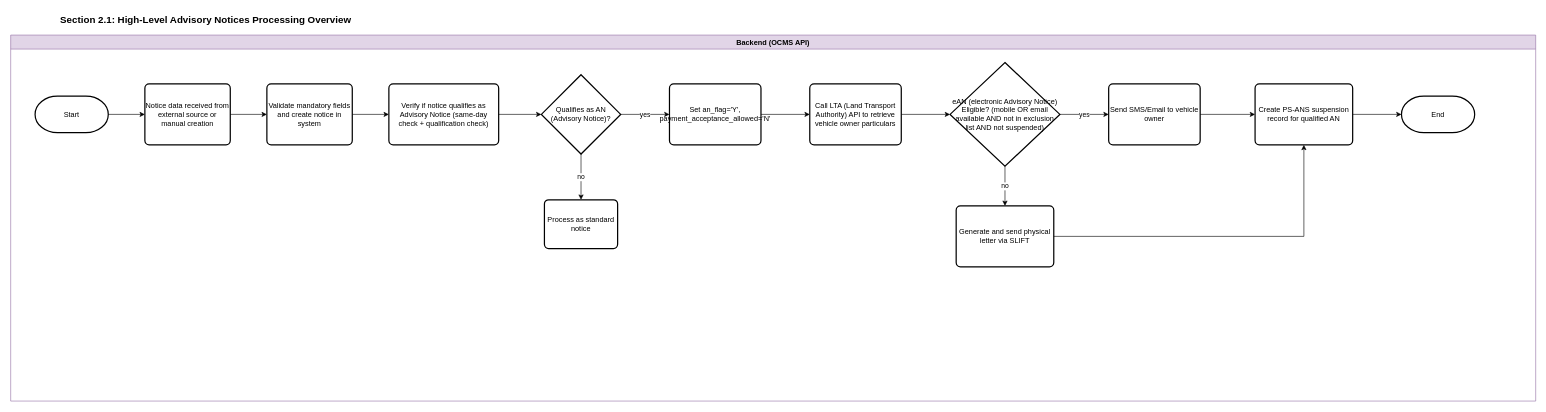
This is page "2.1_High_Level_AN_Processing" (1 of 10) of OCMS 10/OCMS10_Flowchart.drawio from rafifmgg/techdoc, a draw.io file, before an edit. Source tidied: cells renumbered, new cells numbered last; positions are measured from the earlier drawing's top-left corner, leaving out a move shared by most shapes. Both pictures are drawn from the tidied source at 61%, with x=0, y=0 at pixel (10, 10).
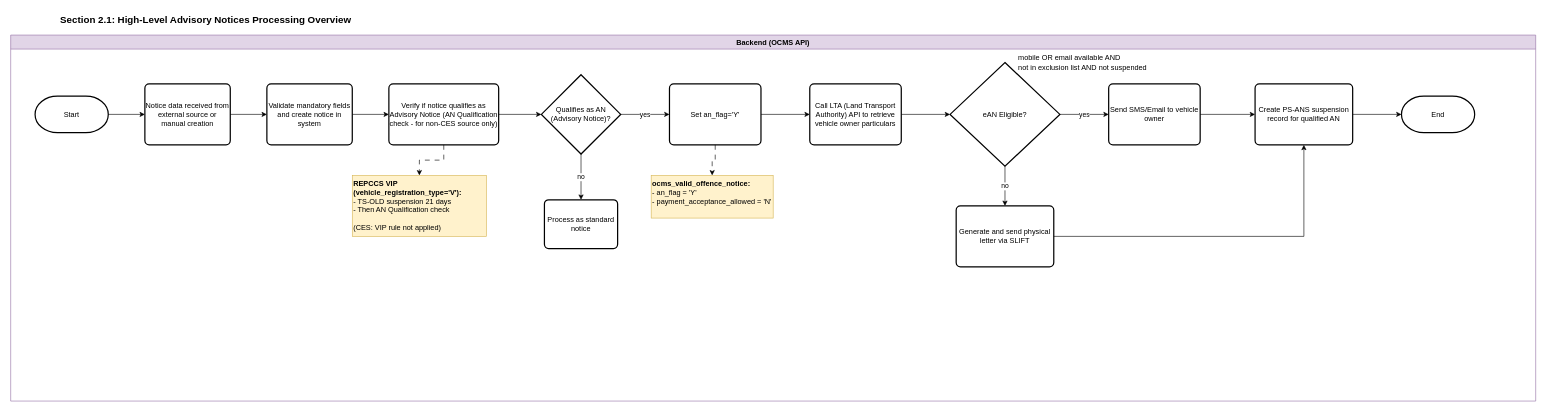
After the change.

Unchanged cells that the change refers to:
```xml
<mxCell id="3" value="Backend (OCMS API)" style="swimlane;whiteSpace=wrap;html=1;fillColor=#e1d5e7;strokeColor=#9673a6;" parent="1" vertex="1">
  <mxGeometry y="40" width="2500" height="600" as="geometry" />
</mxCell>
```

The edit, as a diff of the source:
```diff
@@
-    <mxCell id="7" value="Verify if notice qualifies as Advisory Notice (same-day check + qualification check)" style="rounded=1;whiteSpace=wrap;html=1;absoluteArcSize=1;arcSize=14;strokeWidth=2;" parent="3" vertex="1">
+    <mxCell id="7" value="Verify if notice qualifies as Advisory Notice (AN Qualification check - for non-CES source only)" style="rounded=1;whiteSpace=wrap;html=1;absoluteArcSize=1;arcSize=14;strokeWidth=2;" parent="3" vertex="1">
       <mxGeometry x="620" y="80" width="180" height="100" as="geometry" />
     </mxCell>
@@
-    <mxCell id="10" value="Set an_flag='Y', payment_acceptance_allowed='N'" style="rounded=1;whiteSpace=wrap;html=1;absoluteArcSize=1;arcSize=14;strokeWidth=2;" parent="3" vertex="1">
+    <mxCell id="10" value="Set an_flag='Y'" style="rounded=1;whiteSpace=wrap;html=1;absoluteArcSize=1;arcSize=14;strokeWidth=2;" parent="3" vertex="1">
       <mxGeometry x="1080" y="80" width="150" height="100" as="geometry" />
     </mxCell>
@@
-    <mxCell id="12" value="eAN (electronic Advisory Notice) Eligible? (mobile OR email available AND not in exclusion list AND not suspended)" style="strokeWidth=2;html=1;shape=mxgraph.flowchart.decision;whiteSpace=wrap;" parent="3" vertex="1">
+    <mxCell id="12" value="eAN Eligible?" style="strokeWidth=2;html=1;shape=mxgraph.flowchart.decision;whiteSpace=wrap;" parent="3" vertex="1">
       <mxGeometry x="1540" y="45" width="180" height="170" as="geometry" />
     </mxCell>
@@
+    <mxCell id="30" value="&lt;b&gt;ocms_valid_offence_notice:&lt;/b&gt;&lt;br&gt;- an_flag = 'Y'&lt;br&gt;- payment_acceptance_allowed = 'N'" style="text;html=1;whiteSpace=wrap;strokeColor=#d6b656;fillColor=#fff2cc;align=left;verticalAlign=top;rounded=0;" parent="3" vertex="1">
+      <mxGeometry x="1050" y="230" width="200" height="70" as="geometry" />
+    </mxCell>
+    <mxCell id="31" style="edgeStyle=orthogonalEdgeStyle;rounded=0;jettySize=auto;html=1;dashed=1;dashPattern=8 8;" parent="3" edge="1" source="10" target="30">
+      <mxGeometry relative="1" as="geometry" />
+    </mxCell>
+    <mxCell id="32" value="&lt;b&gt;REPCCS VIP (vehicle_registration_type='V'):&lt;/b&gt;&lt;br&gt;- TS-OLD suspension 21 days&lt;br&gt;- Then AN Qualification check&lt;br&gt;&lt;br&gt;(CES: VIP rule not applied)" style="text;html=1;whiteSpace=wrap;strokeColor=#d6b656;fillColor=#fff2cc;align=left;verticalAlign=top;rounded=0;" parent="3" vertex="1">
+      <mxGeometry x="560" y="230" width="220" height="100" as="geometry" />
+    </mxCell>
+    <mxCell id="33" style="edgeStyle=orthogonalEdgeStyle;rounded=0;jettySize=auto;html=1;dashed=1;dashPattern=8 8;" parent="3" edge="1" source="7" target="32">
+      <mxGeometry relative="1" as="geometry" />
+    </mxCell>
+    <mxCell id="34" value="mobile OR email available AND&amp;nbsp;&lt;div&gt;not in exclusion list AND not suspended&lt;/div&gt;" style="text;html=1;whiteSpace=wrap;strokeColor=none;fillColor=none;align=left;verticalAlign=middle;rounded=0;" parent="3" vertex="1">
+      <mxGeometry x="1650" y="25" width="230" height="40" as="geometry" />
+    </mxCell>
```
